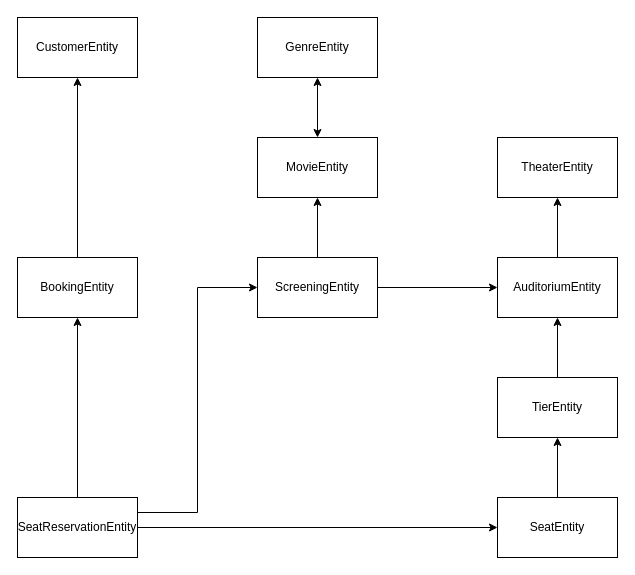
This is docs/EntityDiagram.drawio from KGergo88/CinemaTicketBookingSystemApi, a draw.io file, before an edit. Source tidied: cells renumbered, new cells numbered last; positions are measured from the earlier drawing's top-left corner, leaving out a move shared by most shapes. Both pictures are drawn from the tidied source at 100%, with x=0, y=0 at pixel (17, 17).
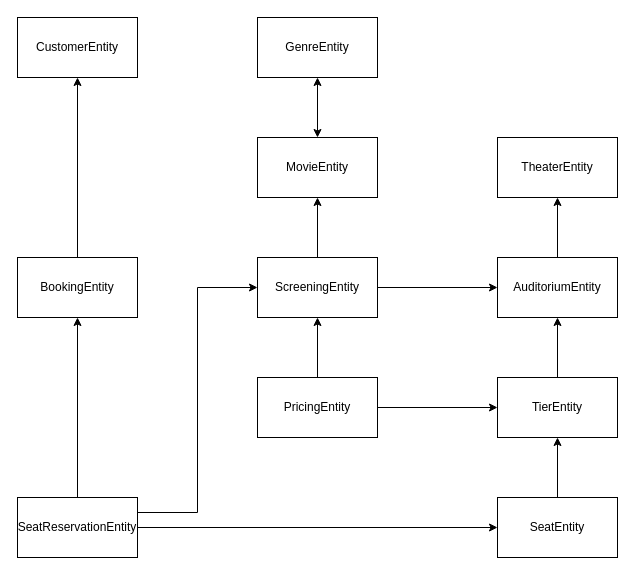
The same diagram, later.

The change refers to these unchanged cells:
```xml
<mxCell id="12" value="&lt;div&gt;&lt;span style=&quot;background-color: initial;&quot;&gt;ScreeningEntity&lt;/span&gt;&lt;br&gt;&lt;/div&gt;" style="rounded=0;whiteSpace=wrap;html=1;" parent="1" vertex="1">
  <mxGeometry x="240" y="240" width="120" height="60" as="geometry" />
</mxCell>
<mxCell id="21" value="&lt;div&gt;&lt;span style=&quot;background-color: initial;&quot;&gt;TierEntity&lt;/span&gt;&lt;br&gt;&lt;/div&gt;" style="rounded=0;whiteSpace=wrap;html=1;" parent="1" vertex="1">
  <mxGeometry x="480" y="360" width="120" height="60" as="geometry" />
</mxCell>
```

Diff of the diagram source:
```diff
@@
+    <mxCell id="22" style="edgeStyle=none;html=1;exitX=0.5;exitY=0;exitDx=0;exitDy=0;entryX=0.5;entryY=1;entryDx=0;entryDy=0;" parent="1" edge="1" source="24" target="12">
+      <mxGeometry relative="1" as="geometry" />
+    </mxCell>
+    <mxCell id="23" style="edgeStyle=none;html=1;exitX=1;exitY=0.5;exitDx=0;exitDy=0;entryX=0;entryY=0.5;entryDx=0;entryDy=0;" parent="1" edge="1" source="24" target="21">
+      <mxGeometry relative="1" as="geometry" />
+    </mxCell>
+    <mxCell id="24" value="&lt;div&gt;&lt;span style=&quot;background-color: initial;&quot;&gt;PricingEntity&lt;/span&gt;&lt;br&gt;&lt;/div&gt;" style="rounded=0;whiteSpace=wrap;html=1;" parent="1" vertex="1">
+      <mxGeometry x="240" y="360" width="120" height="60" as="geometry" />
+    </mxCell>
```
